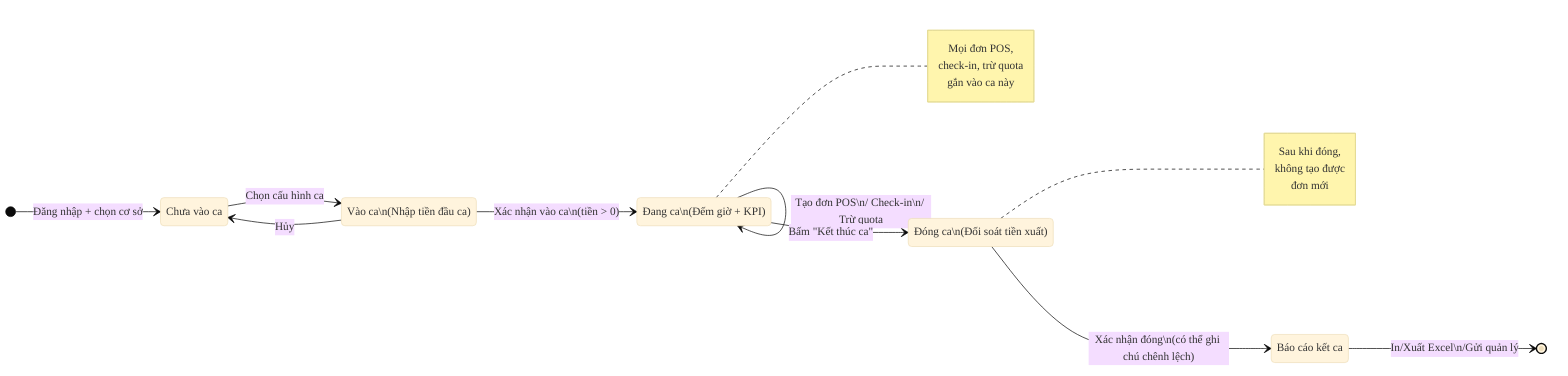
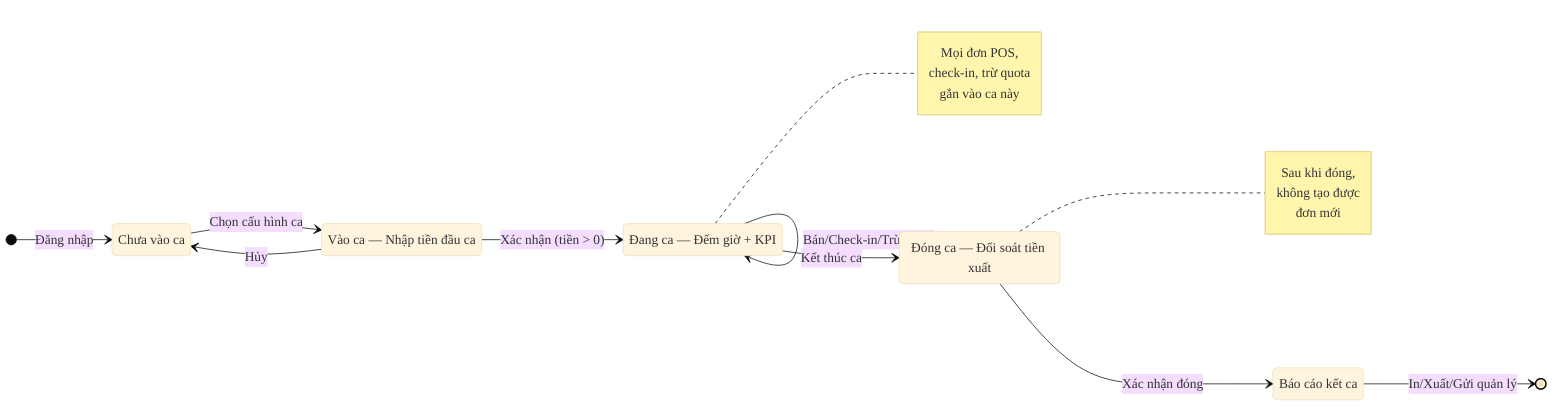
- %%{init: {'theme':'base', 'themeVariables': {'fontFamily':'Calibri'}}}%%
+ %%{init: {'theme':'base', 'themeVariables': {'fontFamily':'Calibri','fontSize':'18px'}}}%%
stateDiagram-v2
    direction LR
-     [*] --> PreOpen: Đăng nhập + chọn cơ sở
+     [*] --> PreOpen: Đăng nhập
    PreOpen: Chưa vào ca

    PreOpen --> Open: Chọn cấu hình ca

-     Open: Vào ca\n(Nhập tiền đầu ca)
-     Open --> OnShift: Xác nhận vào ca\n(tiền > 0)
+     Open: Vào ca — Nhập tiền đầu ca
+     Open --> OnShift: Xác nhận (tiền > 0)
    Open --> PreOpen: Hủy

-     OnShift: Đang ca\n(Đếm giờ + KPI)
-     OnShift --> OnShift: Tạo đơn POS\n/ Check-in\n/ Trừ quota
-     OnShift --> Close: Bấm "Kết thúc ca"
+     OnShift: Đang ca — Đếm giờ + KPI
+     OnShift --> OnShift: Bán/Check-in/Trừ quota
+     OnShift --> Close: Kết thúc ca

-     Close: Đóng ca\n(Đối soát tiền xuất)
-     Close --> Report: Xác nhận đóng\n(có thể ghi chú chênh lệch)
+     Close: Đóng ca — Đối soát tiền xuất
+     Close --> Report: Xác nhận đóng

    Report: Báo cáo kết ca
-     Report --> [*]: In/Xuất Excel\n/Gửi quản lý
+     Report --> [*]: In/Xuất/Gửi quản lý

    note right of OnShift
        Mọi đơn POS,
        check-in, trừ quota
        gắn vào ca này
    end note

    note right of Close
        Sau khi đóng,
        không tạo được
        đơn mới
    end note
